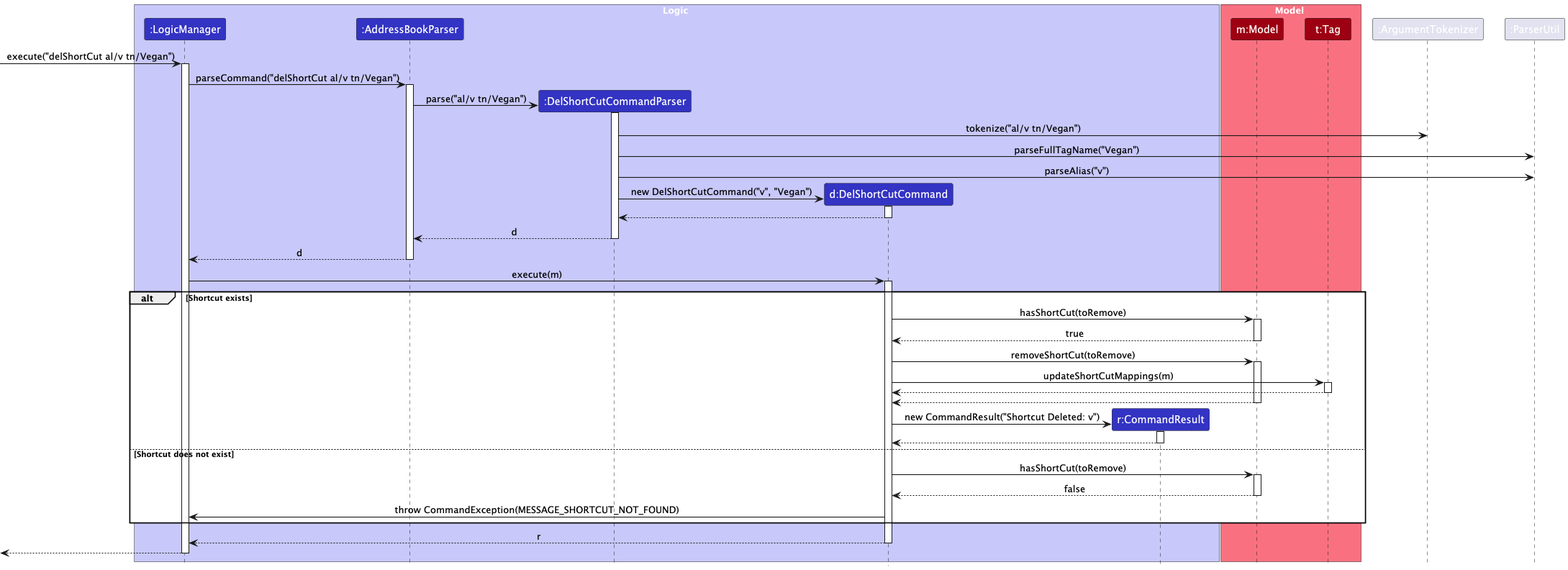
Before: docs/images/DelShortCutSequenceDiagram.png, a diagram exported from PlantUML (nus-cs2103-AY2425S1/tp). Its diagram source:
```plantuml
@startuml
!include style.puml
skinparam ArrowFontStyle plain
skinparam arrowThickness 1.1

box Logic LOGIC_COLOR_T1
participant ":LogicManager" as LogicManager LOGIC_COLOR
participant ":AddressBookParser" as AddressBookParser LOGIC_COLOR
participant ":DelShortCutCommandParser" as DelShortCutCommandParser LOGIC_COLOR
participant "d:DelShortCutCommand" as DelShortCutCommand LOGIC_COLOR
participant "r:CommandResult" as CommandResult LOGIC_COLOR
end box

box Model MODEL_COLOR_T1
participant "m:Model" as Model MODEL_COLOR
participant "t:Tag" as Tag MODEL_COLOR
end box

[-> LogicManager : execute("delShortCut al/v tn/Vegan")
activate LogicManager

LogicManager -> AddressBookParser : parseCommand("delShortCut al/v tn/Vegan")
activate AddressBookParser

create DelShortCutCommandParser
AddressBookParser -> DelShortCutCommandParser : parse("al/v tn/Vegan")
activate DelShortCutCommandParser

DelShortCutCommandParser -> ":ArgumentTokenizer" : tokenize("al/v tn/Vegan")
DelShortCutCommandParser -> ":ParserUtil" : parseFullTagName("Vegan")
DelShortCutCommandParser -> ":ParserUtil" : parseAlias("v")

create DelShortCutCommand
DelShortCutCommandParser -> DelShortCutCommand : new DelShortCutCommand("v", "Vegan")
activate DelShortCutCommand

DelShortCutCommand --> DelShortCutCommandParser
deactivate DelShortCutCommand

DelShortCutCommandParser --> AddressBookParser : d
deactivate DelShortCutCommandParser

AddressBookParser --> LogicManager : d
deactivate AddressBookParser

LogicManager -> DelShortCutCommand : execute(m)
activate DelShortCutCommand

alt Shortcut exists
    DelShortCutCommand -> Model : hasShortCut(toRemove)
    activate Model
    Model --> DelShortCutCommand : true
    deactivate Model

    DelShortCutCommand -> Model : removeShortCut(toRemove)
    activate Model

    DelShortCutCommand -> Tag : updateShortCutMappings(m)
    activate Tag
    Tag --> DelShortCutCommand
    deactivate Tag

    Model --> DelShortCutCommand
    deactivate Model

    create CommandResult
    DelShortCutCommand -> CommandResult : new CommandResult("Shortcut Deleted: v")
    activate CommandResult

    CommandResult --> DelShortCutCommand
    deactivate CommandResult

else Shortcut does not exist
    DelShortCutCommand -> Model : hasShortCut(toRemove)
    activate Model
    Model --> DelShortCutCommand : false
    deactivate Model

    DelShortCutCommand -> LogicManager : throw CommandException(MESSAGE_SHORTCUT_NOT_FOUND)
end

DelShortCutCommand --> LogicManager : r
deactivate DelShortCutCommand

[<-- LogicManager
deactivate LogicManager
@enduml
```
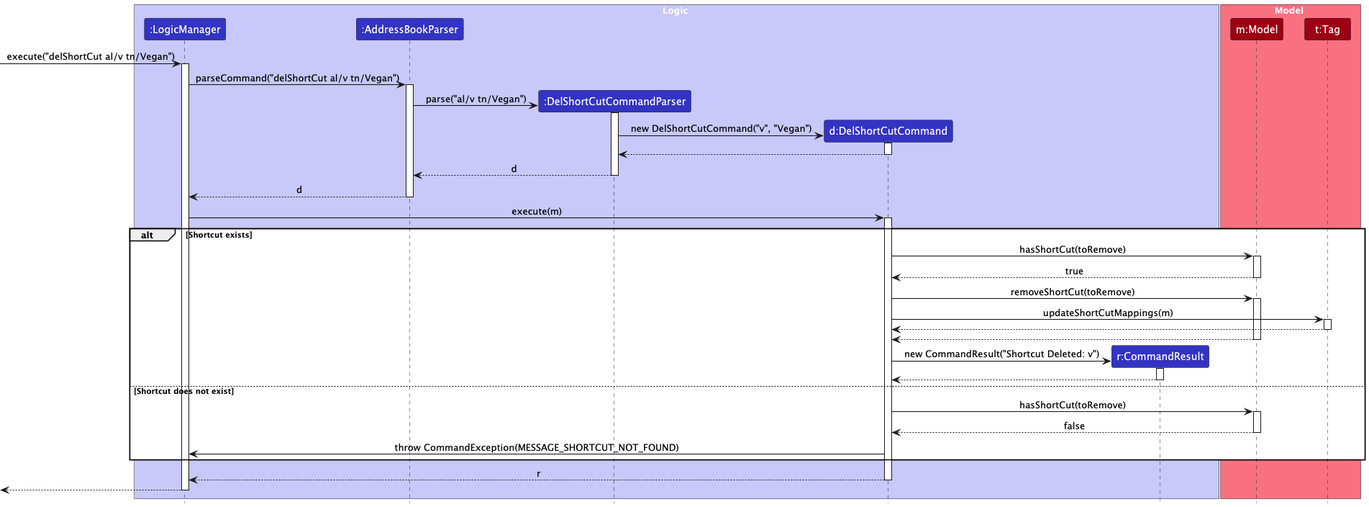
After the commit.

Change to the diagram source:
```diff
@@ -25,10 +25,6 @@
 create DelShortCutCommandParser
 AddressBookParser -> DelShortCutCommandParser : parse("al/v tn/Vegan")
 activate DelShortCutCommandParser
-
-DelShortCutCommandParser -> ":ArgumentTokenizer" : tokenize("al/v tn/Vegan")
-DelShortCutCommandParser -> ":ParserUtil" : parseFullTagName("Vegan")
-DelShortCutCommandParser -> ":ParserUtil" : parseAlias("v")
 
 create DelShortCutCommand
 DelShortCutCommandParser -> DelShortCutCommand : new DelShortCutCommand("v", "Vegan")
```
